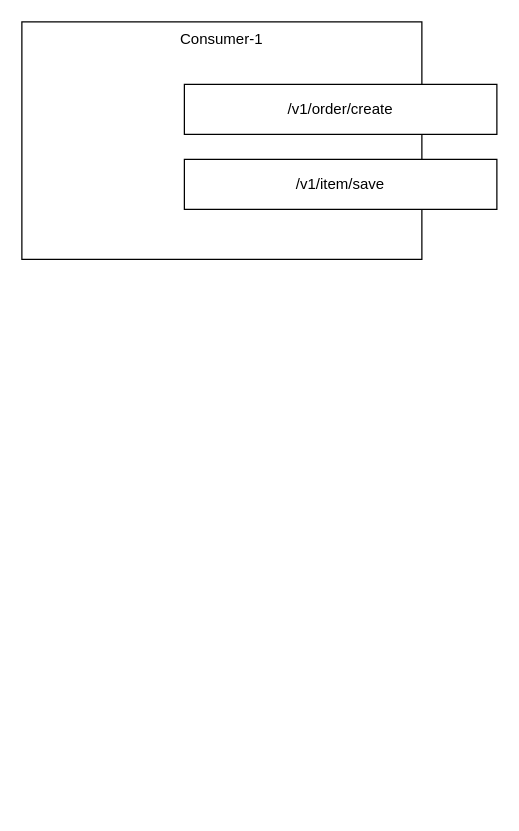
The draw.io diagram 基于 Istio 的 RPC 接口版本管理.drawio in catface996/images, before the edit. Source tidied: cells renumbered, new cells numbered last; positions are measured from the earlier drawing's top-left corner, leaving out a move shared by most shapes. Both pictures are drawn from the tidied source at 125%, with x=0, y=0 at pixel (21, 21).
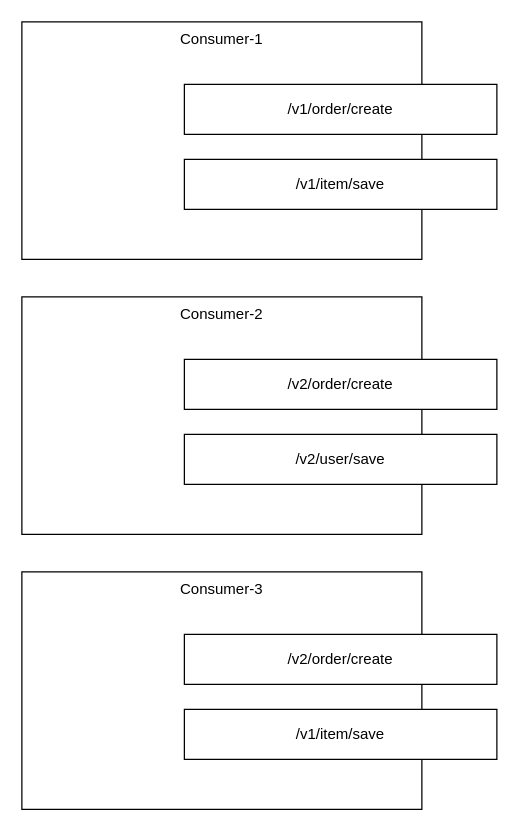
The same diagram, later.

Commit message (it also covers changes not shown here):
更新基于 Istio 的 RPC 接口版本管理.drawio

Diff of the diagram source:
```diff
@@
 <mxGraphModel>
   <root>
     <mxCell id="0" />
     <mxCell id="1" parent="0" />
     <mxCell id="2" value="Consumer-1" style="rounded=0;whiteSpace=wrap;html=1;verticalAlign=top;" parent="1" vertex="1">
       <mxGeometry width="320" height="190" as="geometry" />
     </mxCell>
     <mxCell id="3" value="/v1/order/create" style="rounded=0;whiteSpace=wrap;html=1;" parent="1" vertex="1">
       <mxGeometry x="130" y="50" width="250" height="40" as="geometry" />
     </mxCell>
     <mxCell id="4" value="/v1/item/save" style="rounded=0;whiteSpace=wrap;html=1;" parent="1" vertex="1">
       <mxGeometry x="130" y="110" width="250" height="40" as="geometry" />
     </mxCell>
+    <mxCell id="5" value="Consumer-2" style="rounded=0;whiteSpace=wrap;html=1;verticalAlign=top;" parent="1" vertex="1">
+      <mxGeometry y="220" width="320" height="190" as="geometry" />
+    </mxCell>
+    <mxCell id="6" value="/v2/order/create" style="rounded=0;whiteSpace=wrap;html=1;" parent="1" vertex="1">
+      <mxGeometry x="130" y="270" width="250" height="40" as="geometry" />
+    </mxCell>
+    <mxCell id="7" value="/v2/user/save" style="rounded=0;whiteSpace=wrap;html=1;" parent="1" vertex="1">
+      <mxGeometry x="130" y="330" width="250" height="40" as="geometry" />
+    </mxCell>
+    <mxCell id="8" value="Consumer-3" style="rounded=0;whiteSpace=wrap;html=1;verticalAlign=top;" parent="1" vertex="1">
+      <mxGeometry y="440" width="320" height="190" as="geometry" />
+    </mxCell>
+    <mxCell id="9" value="/v2/order/create" style="rounded=0;whiteSpace=wrap;html=1;" parent="1" vertex="1">
+      <mxGeometry x="130" y="490" width="250" height="40" as="geometry" />
+    </mxCell>
+    <mxCell id="10" value="/v1/item/save" style="rounded=0;whiteSpace=wrap;html=1;" parent="1" vertex="1">
+      <mxGeometry x="130" y="550" width="250" height="40" as="geometry" />
+    </mxCell>
   </root>
 </mxGraphModel>
```
